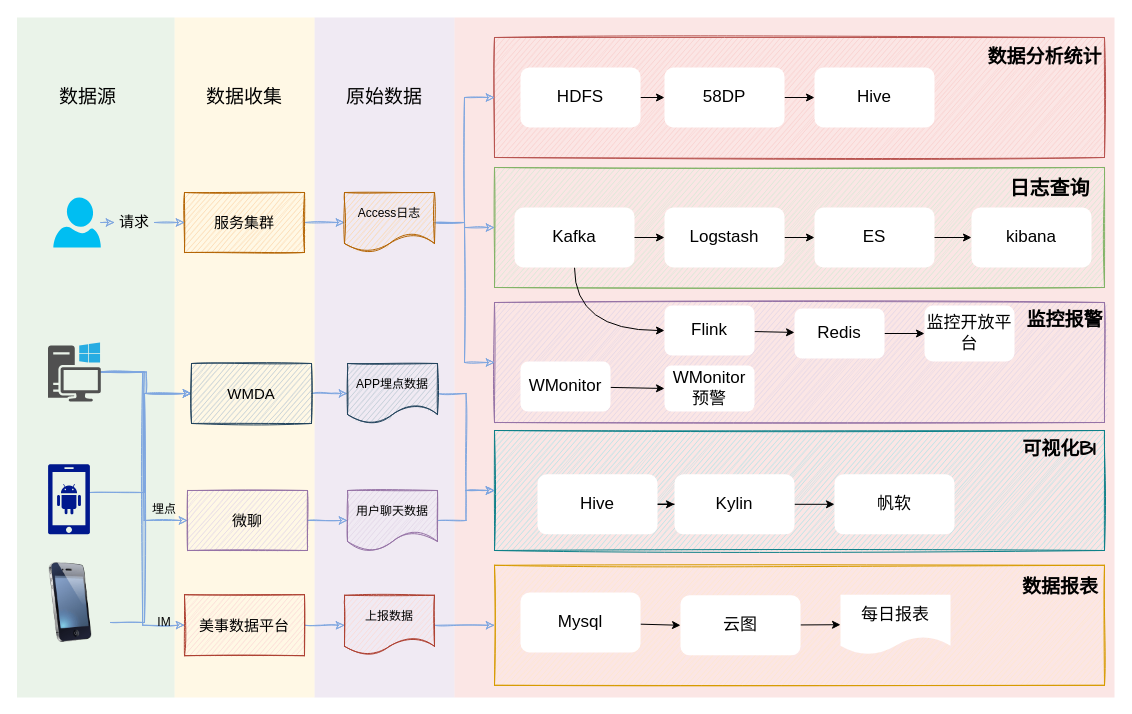
This is page "Page-2" (2 of 13) of shuzhi.drawio from nullbull/uml, a draw.io file, before an edit. Source tidied: cells renumbered, new cells numbered last; positions are measured from the earlier drawing's top-left corner, leaving out a move shared by most shapes. Both pictures are drawn from the tidied source at 100%, with x=0, y=0 at pixel (17, 17).
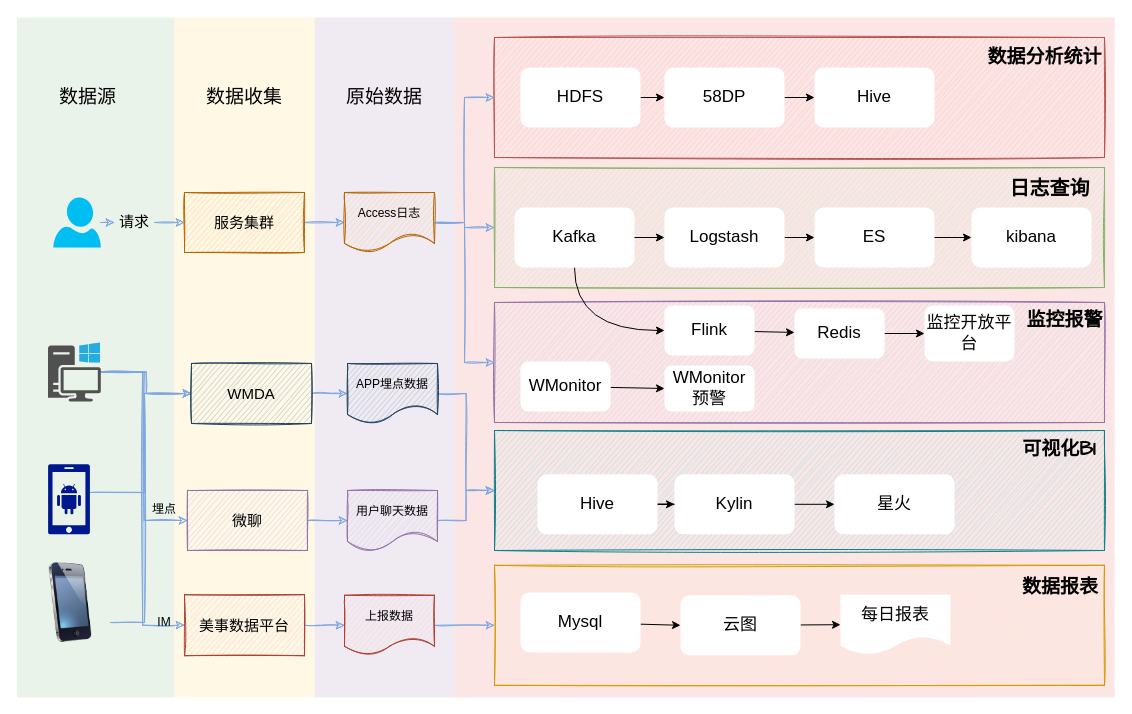
The same page after the edit.

Diff of the diagram source:
```diff
@@
-    <mxCell id="82" value="帆软" style="rounded=1;whiteSpace=wrap;html=1;sketch=0;fontSize=17;strokeColor=none;" parent="1" vertex="1">
+    <mxCell id="82" value="星火" style="rounded=1;whiteSpace=wrap;html=1;sketch=0;fontSize=17;strokeColor=none;" parent="1" vertex="1">
       <mxGeometry x="817" y="456.8" width="120" height="60" as="geometry" />
     </mxCell>
```
